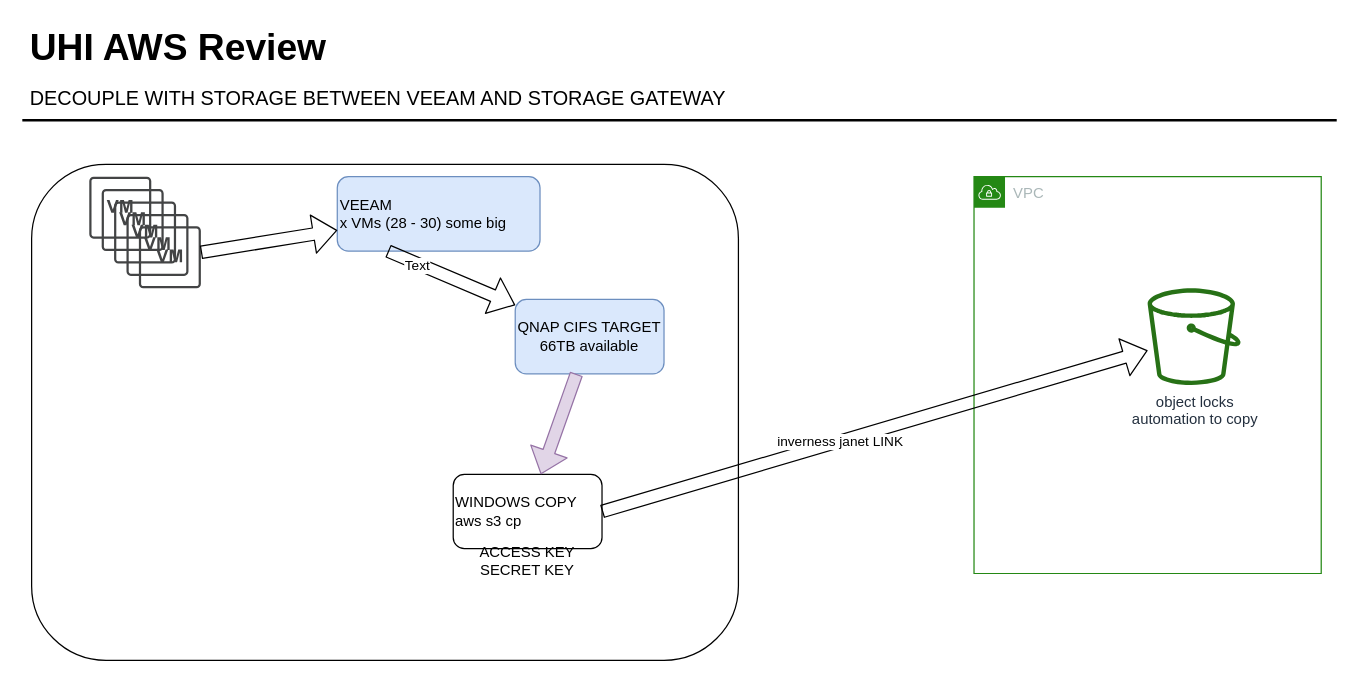
taupoali/awsdiagrams keeps this draw.io diagram as page "Copy of QNAP WORKING COPY" (4 of 11) of uhi.drawio. Above is the earlier version. Source tidied: cells renumbered, new cells numbered last; positions are measured from the earlier drawing's top-left corner, leaving out a move shared by most shapes. Both pictures are drawn from the tidied source at 124%, with x=0, y=0 at pixel (21, 20).
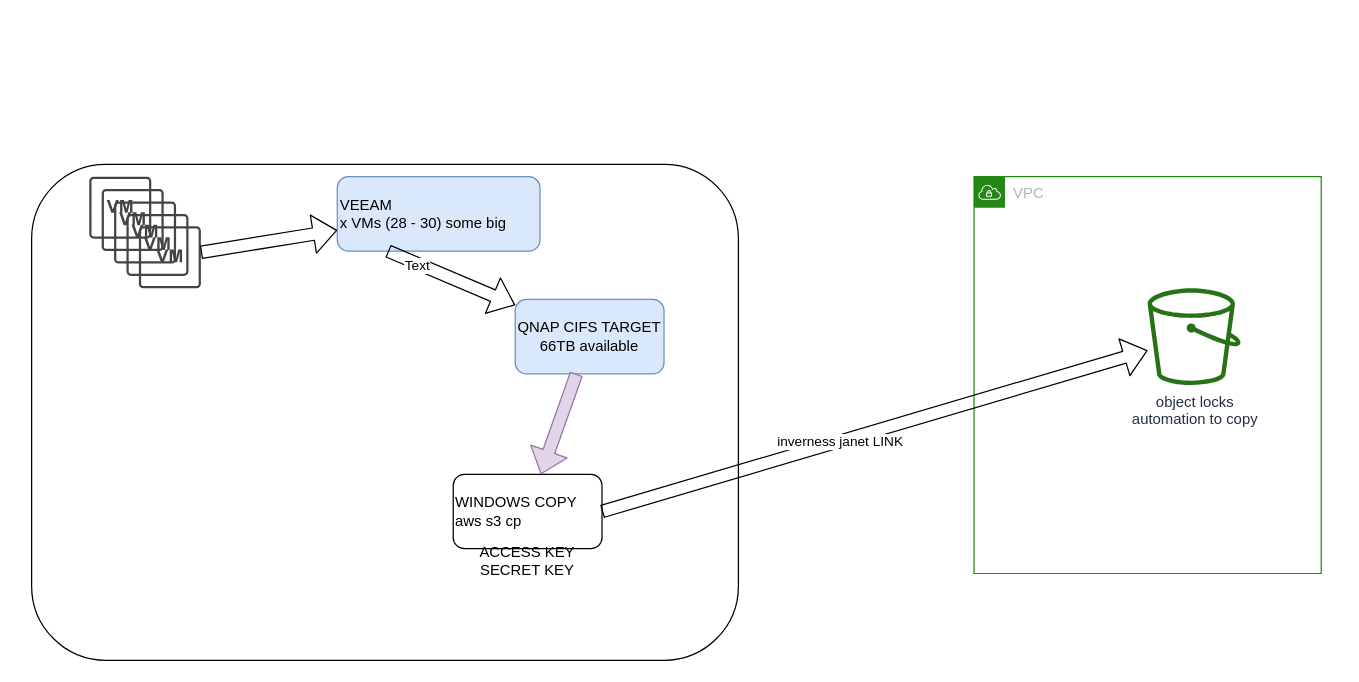
The same page after the edit.

The edit, as a diff of the source:
```diff
@@
-    <mxCell id="3" value="UHI AWS Review" style="text;html=1;align=left;verticalAlign=top;spacingTop=-4;fontSize=30;fontStyle=1;" parent="1" vertex="1">
-      <mxGeometry x="4.5" y="0.5" width="250" height="40" as="geometry" />
-    </mxCell>
-    <mxCell id="4" value="DECOUPLE WITH STORAGE BETWEEN VEEAM AND STORAGE GATEWAY" style="text;html=1;align=left;verticalAlign=top;spacingTop=-4;fontSize=16;" parent="1" vertex="1">
-      <mxGeometry x="4.5" y="50.5" width="580" height="20" as="geometry" />
-    </mxCell>
-    <mxCell id="5" style="line;strokeWidth=2;html=1;fontSize=14;" parent="1" vertex="1">
-      <mxGeometry x="0.5" y="75.5" width="1060" height="10" as="geometry" />
-    </mxCell>
```
